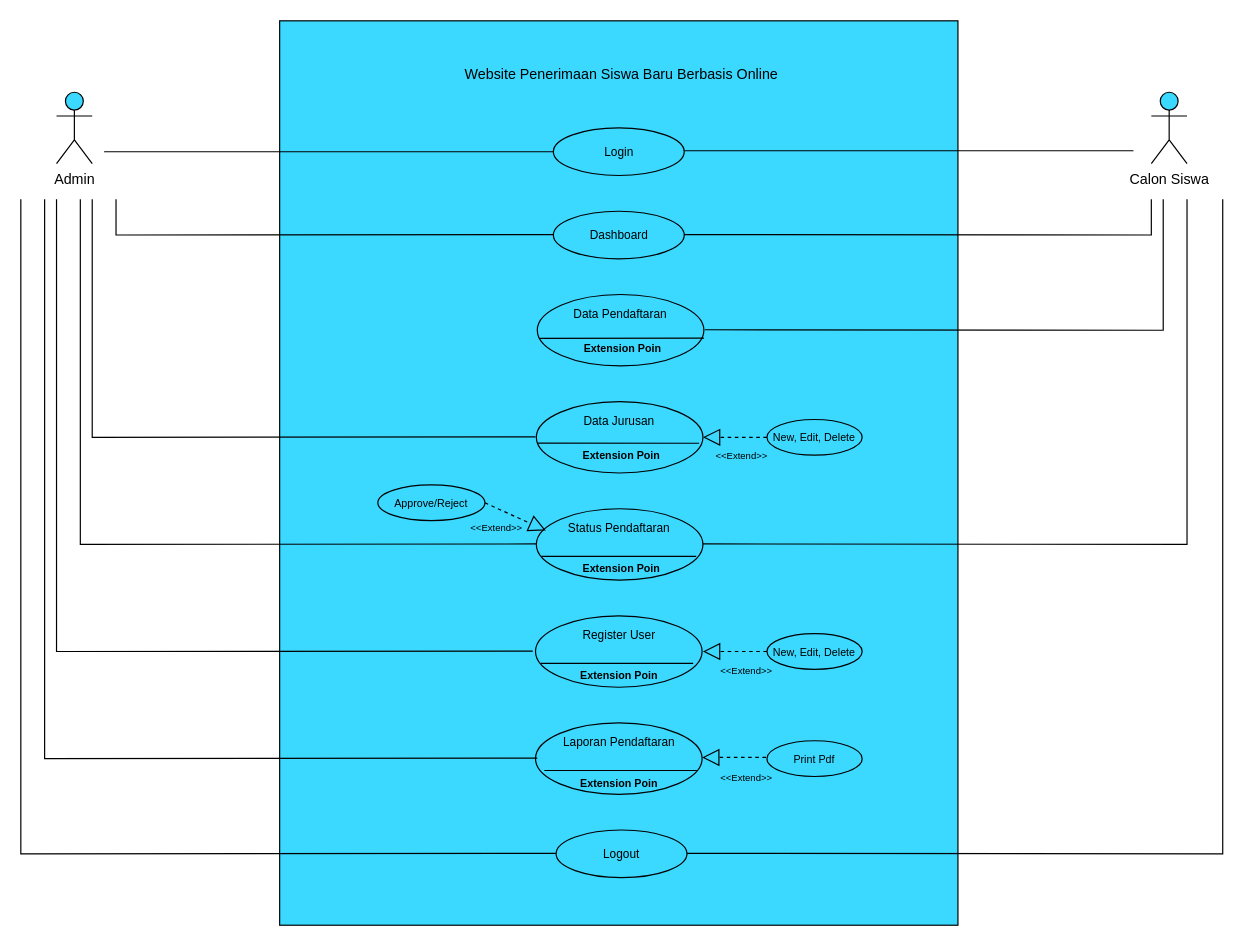
This is Rancangan Diagram Sistem.drawio from danangsptro/register-vhs, a draw.io file, before an edit. Source tidied: cells renumbered, new cells numbered last; positions are measured from the earlier drawing's top-left corner, leaving out a move shared by most shapes. Both pictures are drawn from the tidied source at 119%, with x=0, y=0 at pixel (20, 20).
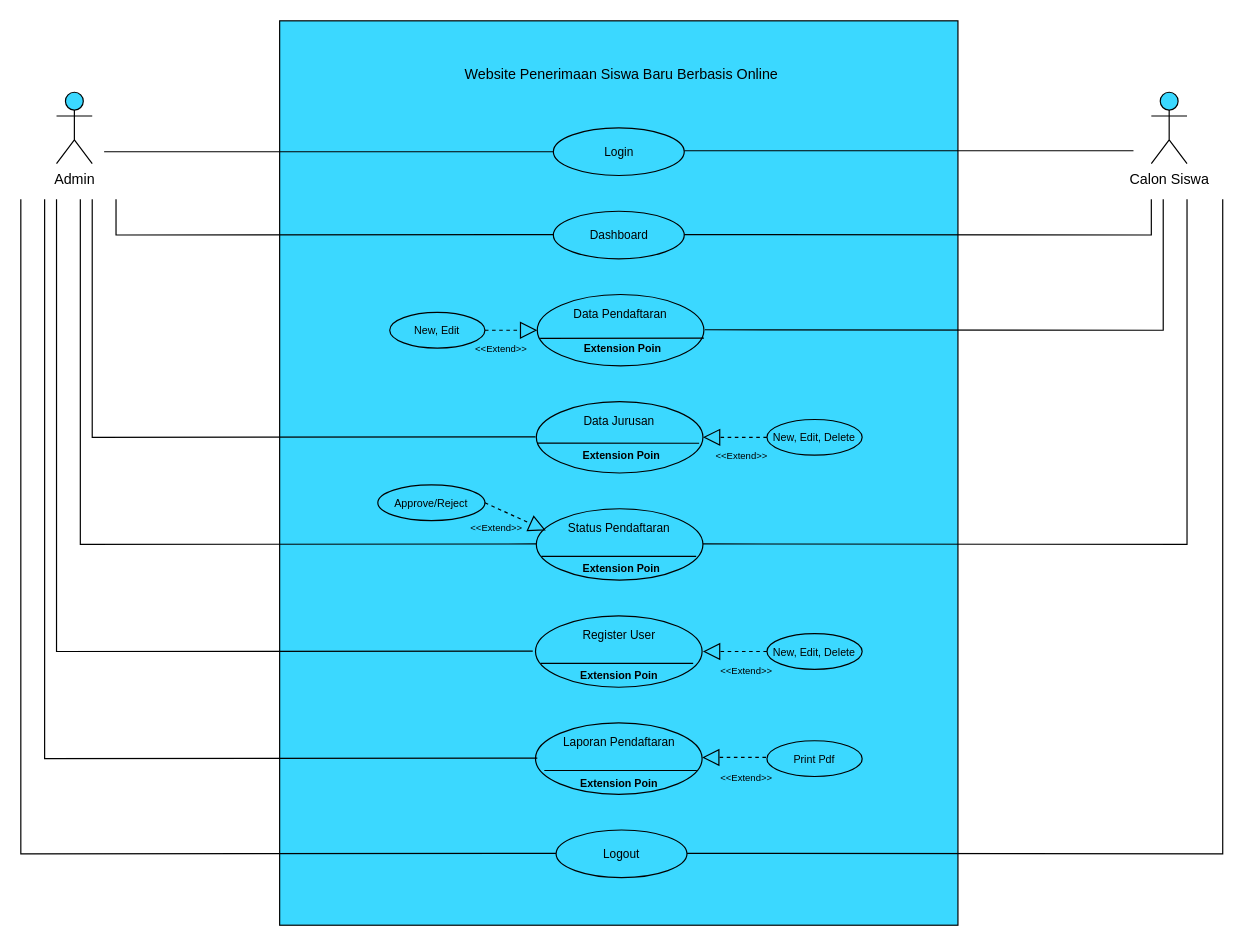
The same page after the edit.

The edit, as a diff of the source:
```diff
@@
+    <mxCell id="50" value="&lt;font style=&quot;&quot;&gt;&lt;br&gt;&lt;font style=&quot;font-size: 9px;&quot;&gt;New, Edit&lt;br&gt;&lt;/font&gt;&lt;br&gt;&lt;/font&gt;" style="ellipse;whiteSpace=wrap;html=1;align=center;newEdgeStyle={&quot;edgeStyle&quot;:&quot;entityRelationEdgeStyle&quot;,&quot;startArrow&quot;:&quot;none&quot;,&quot;endArrow&quot;:&quot;none&quot;,&quot;segment&quot;:10,&quot;curved&quot;:1};strokeColor=#000000;fillColor=#3BD8FF;" parent="1" vertex="1">
+      <mxGeometry x="310" y="245" width="80" height="30" as="geometry" />
+    </mxCell>
+    <mxCell id="51" value="&lt;font style=&quot;font-size: 8px;&quot;&gt;&amp;lt;&amp;lt;Extend&amp;gt;&amp;gt;&lt;/font&gt;" style="text;html=1;strokeColor=none;fillColor=none;align=center;verticalAlign=middle;whiteSpace=wrap;rounded=0;" parent="1" vertex="1">
+      <mxGeometry x="374" y="260" width="60" height="30" as="geometry" />
+    </mxCell>
+    <mxCell id="52" style="endArrow=block;dashed=1;endFill=0;endSize=12;html=1;rounded=0;fontSize=9;exitX=1;exitY=0.5;exitDx=0;exitDy=0;entryX=1;entryY=0;entryDx=0;entryDy=0;" parent="1" edge="1" source="50" target="51">
+      <mxGeometry relative="1" as="geometry" />
+    </mxCell>
```
